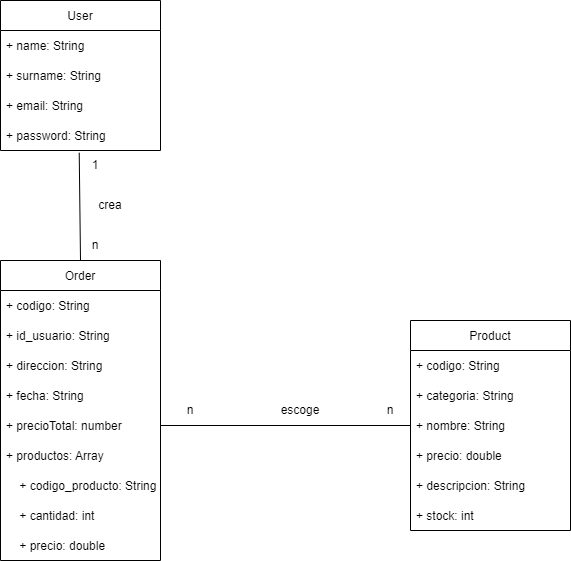
This is docs/images/Modelo_datos.png from Arquisoft/dede_es2c, a draw.io export, as it was before one commit. Source tidied: cells renumbered, new cells last; positions are measured from the earlier drawing's top-left corner, leaving out a move shared by most shapes.
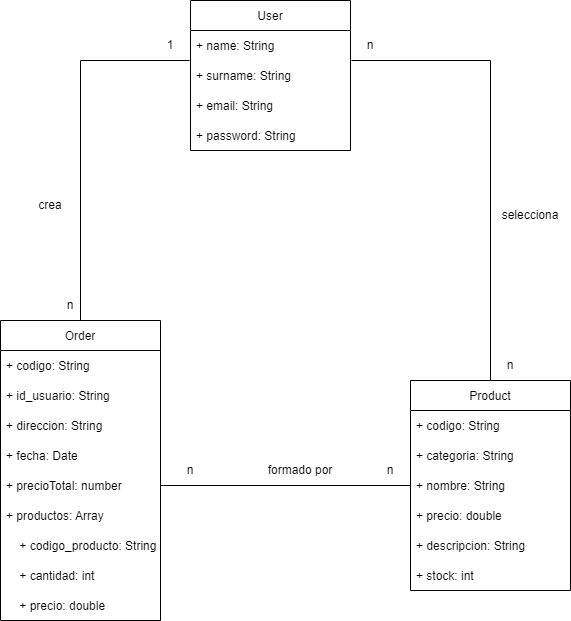
The same diagram one commit later.

Commit message:
Arreglo de la fecha y modelo de datos

Change to the diagram source:
```diff
@@ -3,7 +3,7 @@
     <mxCell id="0" />
     <mxCell id="1" parent="0" />
     <mxCell id="2" value="User" style="swimlane;fontStyle=0;horizontal=1;startSize=30;" parent="1" vertex="1">
-      <mxGeometry width="160" height="150" as="geometry" />
+      <mxGeometry x="170" y="140" width="160" height="150" as="geometry" />
     </mxCell>
     <mxCell id="3" value="+ name: String" style="text;strokeColor=none;fillColor=none;align=left;verticalAlign=middle;spacingLeft=4;spacingRight=4;overflow=hidden;" parent="2" vertex="1">
       <mxGeometry y="30" width="160" height="30" as="geometry" />
@@ -18,11 +18,11 @@
       <mxGeometry y="120" width="160" height="30" as="geometry" />
     </mxCell>
     <mxCell id="7" value="Product" style="swimlane;fontStyle=0;horizontal=1;startSize=30;" parent="1" vertex="1">
-      <mxGeometry x="410" y="320" width="160" height="210" as="geometry" />
+      <mxGeometry x="390" y="520" width="160" height="210" as="geometry" />
     </mxCell>
-    <mxCell id="8" value="+ codigo: String" style="text;strokeColor=none;fillColor=none;align=left;verticalAlign=middle;spacingLeft=4;spacingRight=4;overflow=hidden;" parent="7" vertex="1">
-      <mxGeometry y="30" width="160" height="30" as="geometry" />
-    </mxCell>
+    <mxCell id="32" value="+ codigo: String" style="text;strokeColor=none;fillColor=none;align=left;verticalAlign=middle;spacingLeft=4;spacingRight=4;overflow=hidden;" parent="7" vertex="1">
+      <mxGeometry y="30" width="160" height="30" as="geometry" />
+    </mxCell>
     <mxCell id="9" value="+ categoria: String" style="text;strokeColor=none;fillColor=none;align=left;verticalAlign=middle;spacingLeft=4;spacingRight=4;overflow=hidden;" parent="7" vertex="1">
       <mxGeometry y="60" width="160" height="30" as="geometry" />
     </mxCell>
@@ -39,20 +39,20 @@
       <mxGeometry y="180" width="160" height="30" as="geometry" />
     </mxCell>
     <mxCell id="14" value="Order" style="swimlane;fontStyle=0;horizontal=1;startSize=30;" parent="1" vertex="1">
-      <mxGeometry y="260" width="160" height="300" as="geometry" />
+      <mxGeometry x="-20" y="460" width="160" height="300" as="geometry" />
     </mxCell>
-    <mxCell id="15" value="+ codigo: String" style="text;strokeColor=none;fillColor=none;align=left;verticalAlign=middle;spacingLeft=4;spacingRight=4;overflow=hidden;" parent="14" vertex="1">
-      <mxGeometry y="30" width="160" height="30" as="geometry" />
-    </mxCell>
+    <mxCell id="33" value="+ codigo: String" style="text;strokeColor=none;fillColor=none;align=left;verticalAlign=middle;spacingLeft=4;spacingRight=4;overflow=hidden;" parent="14" vertex="1">
+      <mxGeometry y="30" width="160" height="30" as="geometry" />
+    </mxCell>
     <mxCell id="16" value="+ id_usuario: String" style="text;strokeColor=none;fillColor=none;align=left;verticalAlign=middle;spacingLeft=4;spacingRight=4;overflow=hidden;" parent="14" vertex="1">
       <mxGeometry y="60" width="160" height="30" as="geometry" />
     </mxCell>
     <mxCell id="17" value="+ direccion: String" style="text;strokeColor=none;fillColor=none;align=left;verticalAlign=middle;spacingLeft=4;spacingRight=4;overflow=hidden;" parent="14" vertex="1">
       <mxGeometry y="90" width="160" height="30" as="geometry" />
     </mxCell>
-    <mxCell id="18" value="+ fecha: String" style="text;strokeColor=none;fillColor=none;align=left;verticalAlign=middle;spacingLeft=4;spacingRight=4;overflow=hidden;" parent="14" vertex="1">
-      <mxGeometry y="120" width="160" height="30" as="geometry" />
-    </mxCell>
+    <mxCell id="34" value="+ fecha: Date" style="text;strokeColor=none;fillColor=none;align=left;verticalAlign=middle;spacingLeft=4;spacingRight=4;overflow=hidden;" parent="14" vertex="1">
+      <mxGeometry y="120" width="160" height="30" as="geometry" />
+    </mxCell>
     <mxCell id="19" value="+ precioTotal: number" style="text;strokeColor=none;fillColor=none;align=left;verticalAlign=middle;spacingLeft=4;spacingRight=4;overflow=hidden;points=[[0,0.5],[1,0.5]];portConstraint=eastwest;" parent="14" vertex="1">
       <mxGeometry y="150" width="160" height="30" as="geometry" />
     </mxCell>
@@ -68,29 +68,55 @@
     <mxCell id="23" value="    + precio: double " style="text;strokeColor=none;fillColor=none;align=left;verticalAlign=middle;spacingLeft=4;spacingRight=4;overflow=hidden;" parent="14" vertex="1">
       <mxGeometry y="270" width="160" height="30" as="geometry" />
     </mxCell>
-    <mxCell id="24" style="endArrow=none;html=1;rounded=0;entryX=0.492;entryY=1.075;entryDx=0;entryDy=0;entryPerimeter=0;exitX=0.5;exitY=0;exitDx=0;exitDy=0;" parent="1" edge="1" source="14" target="6">
-      <mxGeometry relative="1" as="geometry" />
-    </mxCell>
     <mxCell id="25" value="1" style="text;html=1;strokeColor=none;fillColor=none;align=center;verticalAlign=middle;whiteSpace=wrap;rounded=0;" parent="1" vertex="1">
-      <mxGeometry x="65" y="150" width="60" height="30" as="geometry" />
+      <mxGeometry x="120" y="170" width="60" height="30" as="geometry" />
     </mxCell>
-    <mxCell id="26" value="n" style="text;html=1;strokeColor=none;fillColor=none;align=center;verticalAlign=middle;whiteSpace=wrap;rounded=0;" parent="1" vertex="1">
-      <mxGeometry x="65" y="230" width="60" height="30" as="geometry" />
-    </mxCell>
+    <mxCell id="35" value="n" style="text;html=1;strokeColor=none;fillColor=none;align=center;verticalAlign=middle;whiteSpace=wrap;rounded=0;" parent="1" vertex="1">
+      <mxGeometry x="20" y="430" width="60" height="30" as="geometry" />
+    </mxCell>
     <mxCell id="27" style="endArrow=none;html=1;rounded=0;exitX=1;exitY=0.5;exitDx=0;exitDy=0;entryX=0;entryY=0.5;entryDx=0;entryDy=0;" parent="1" edge="1" source="19" target="10">
       <mxGeometry relative="1" as="geometry" />
     </mxCell>
-    <mxCell id="28" value="n" style="text;html=1;strokeColor=none;fillColor=none;align=center;verticalAlign=middle;whiteSpace=wrap;rounded=0;" parent="1" vertex="1">
-      <mxGeometry x="360" y="395" width="60" height="30" as="geometry" />
-    </mxCell>
-    <mxCell id="29" value="n" style="text;html=1;strokeColor=none;fillColor=none;align=center;verticalAlign=middle;whiteSpace=wrap;rounded=0;" parent="1" vertex="1">
-      <mxGeometry x="160" y="395" width="60" height="30" as="geometry" />
-    </mxCell>
+    <mxCell id="36" value="n" style="text;html=1;strokeColor=none;fillColor=none;align=center;verticalAlign=middle;whiteSpace=wrap;rounded=0;" parent="1" vertex="1">
+      <mxGeometry x="340" y="595" width="60" height="30" as="geometry" />
+    </mxCell>
+    <mxCell id="37" value="n" style="text;html=1;strokeColor=none;fillColor=none;align=center;verticalAlign=middle;whiteSpace=wrap;rounded=0;" parent="1" vertex="1">
+      <mxGeometry x="140" y="595" width="60" height="30" as="geometry" />
+    </mxCell>
     <mxCell id="30" value="crea" style="text;html=1;strokeColor=none;fillColor=none;align=center;verticalAlign=middle;whiteSpace=wrap;rounded=0;" parent="1" vertex="1">
-      <mxGeometry x="80" y="190" width="60" height="30" as="geometry" />
+      <mxGeometry y="330" width="60" height="30" as="geometry" />
     </mxCell>
-    <mxCell id="31" value="escoge" style="text;html=1;strokeColor=none;fillColor=none;align=center;verticalAlign=middle;whiteSpace=wrap;rounded=0;" parent="1" vertex="1">
-      <mxGeometry x="270" y="395" width="60" height="30" as="geometry" />
-    </mxCell>
+    <mxCell id="38" value="formado por" style="text;html=1;strokeColor=none;fillColor=none;align=center;verticalAlign=middle;whiteSpace=wrap;rounded=0;" parent="1" vertex="1">
+      <mxGeometry x="240" y="595" width="80" height="30" as="geometry" />
+    </mxCell>
+    <mxCell id="39" style="endArrow=none;html=1;rounded=0;exitX=0.5;exitY=0;exitDx=0;exitDy=0;" parent="1" edge="1" source="14">
+      <mxGeometry relative="1" as="geometry">
+        <mxPoint x="60" y="200" as="targetPoint" />
+      </mxGeometry>
+    </mxCell>
+    <mxCell id="40" style="endArrow=none;html=1;rounded=0;entryX=-0.006;entryY=0;entryDx=0;entryDy=0;entryPerimeter=0;" parent="1" edge="1" target="4">
+      <mxGeometry relative="1" as="geometry">
+        <mxPoint x="60" y="200" as="sourcePoint" />
+      </mxGeometry>
+    </mxCell>
+    <mxCell id="41" style="endArrow=none;html=1;rounded=0;exitX=0.5;exitY=0;exitDx=0;exitDy=0;" parent="1" edge="1" source="7">
+      <mxGeometry relative="1" as="geometry">
+        <mxPoint x="470" y="200" as="targetPoint" />
+      </mxGeometry>
+    </mxCell>
+    <mxCell id="42" style="endArrow=none;html=1;rounded=0;exitX=1.006;exitY=0;exitDx=0;exitDy=0;exitPerimeter=0;" parent="1" edge="1" source="4">
+      <mxGeometry relative="1" as="geometry">
+        <mxPoint x="470" y="200" as="targetPoint" />
+      </mxGeometry>
+    </mxCell>
+    <mxCell id="43" value="selecciona" style="text;html=1;strokeColor=none;fillColor=none;align=center;verticalAlign=middle;whiteSpace=wrap;rounded=0;" parent="1" vertex="1">
+      <mxGeometry x="480" y="340" width="60" height="30" as="geometry" />
+    </mxCell>
+    <mxCell id="44" value="n" style="text;html=1;strokeColor=none;fillColor=none;align=center;verticalAlign=middle;whiteSpace=wrap;rounded=0;" parent="1" vertex="1">
+      <mxGeometry x="460" y="490" width="60" height="30" as="geometry" />
+    </mxCell>
+    <mxCell id="45" value="n" style="text;html=1;strokeColor=none;fillColor=none;align=center;verticalAlign=middle;whiteSpace=wrap;rounded=0;" parent="1" vertex="1">
+      <mxGeometry x="320" y="170" width="60" height="30" as="geometry" />
+    </mxCell>
   </root>
 </mxGraphModel>
```
